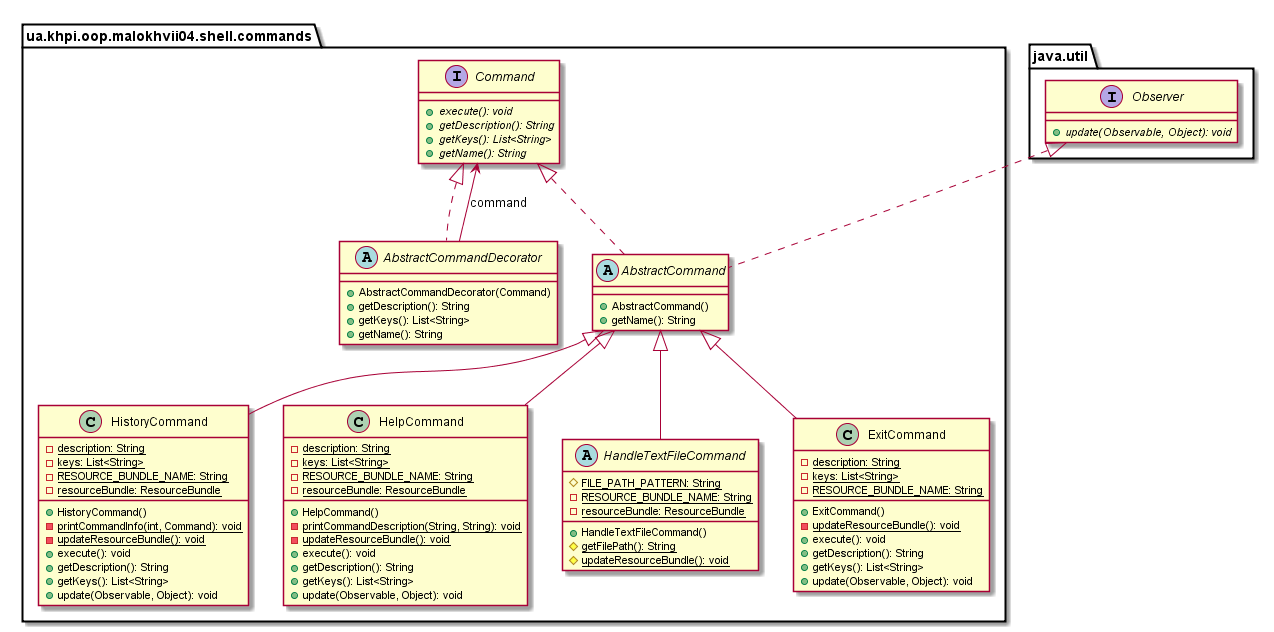
This is malokhvii-eduard/malokhvii04/doc/plantuml/png/ua.khpi.oop.malokhvii04.shell.commands.package.png from P-Kalin/kit26a, a PlantUML export, as it was before one commit.
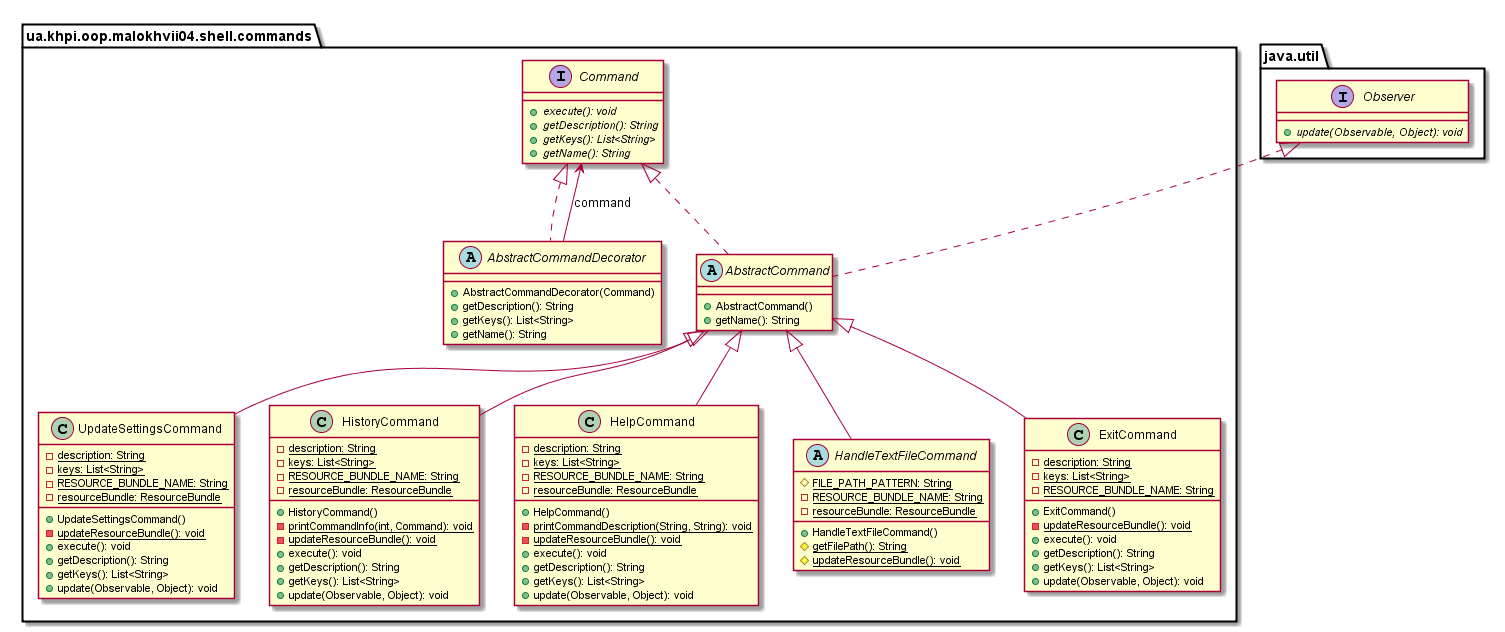
The same file after the commit.

Diff of the diagram source:
```diff
@@ -1,6 +1,19 @@
 @startuml
 
     namespace ua.khpi.oop.malokhvii04.shell.commands {
+
+        class UpdateSettingsCommand {
+            {static} -description: String
+            {static} -keys: List<String>
+            {static} -RESOURCE_BUNDLE_NAME: String
+            {static} -resourceBundle: ResourceBundle
+            +UpdateSettingsCommand()
+            {static} -updateResourceBundle(): void
+            +execute(): void
+            +getDescription(): String
+            +getKeys(): List<String>
+            +update(Observable, Object): void
+        }
 
         class HistoryCommand {
             {static} -description: String
@@ -70,6 +83,8 @@
             +getName(): String
         }
 
+        AbstractCommand <|-- UpdateSettingsCommand
+
         AbstractCommand <|-- HistoryCommand
 
         AbstractCommand <|-- HelpCommand
```
